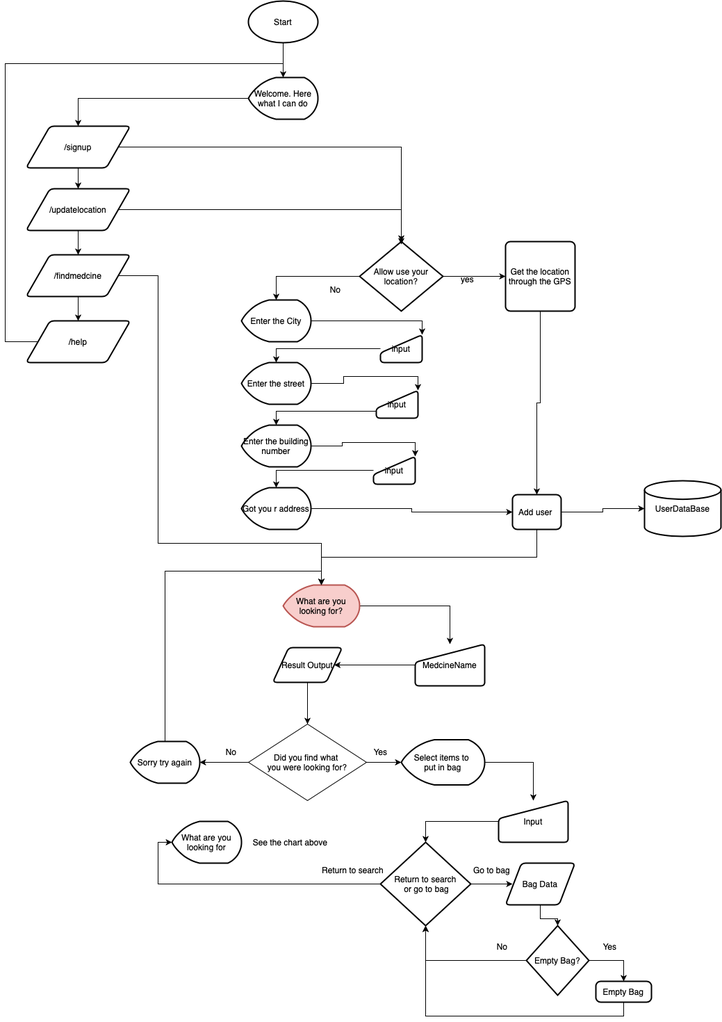
Above: docs/BotChartFlow.png in Cactus-CoTeam/Bot (draw.io), before the change. Source tidied: cells renumbered, new cells last; positions are measured from the earlier drawing's top-left corner, leaving out a move shared by most shapes.
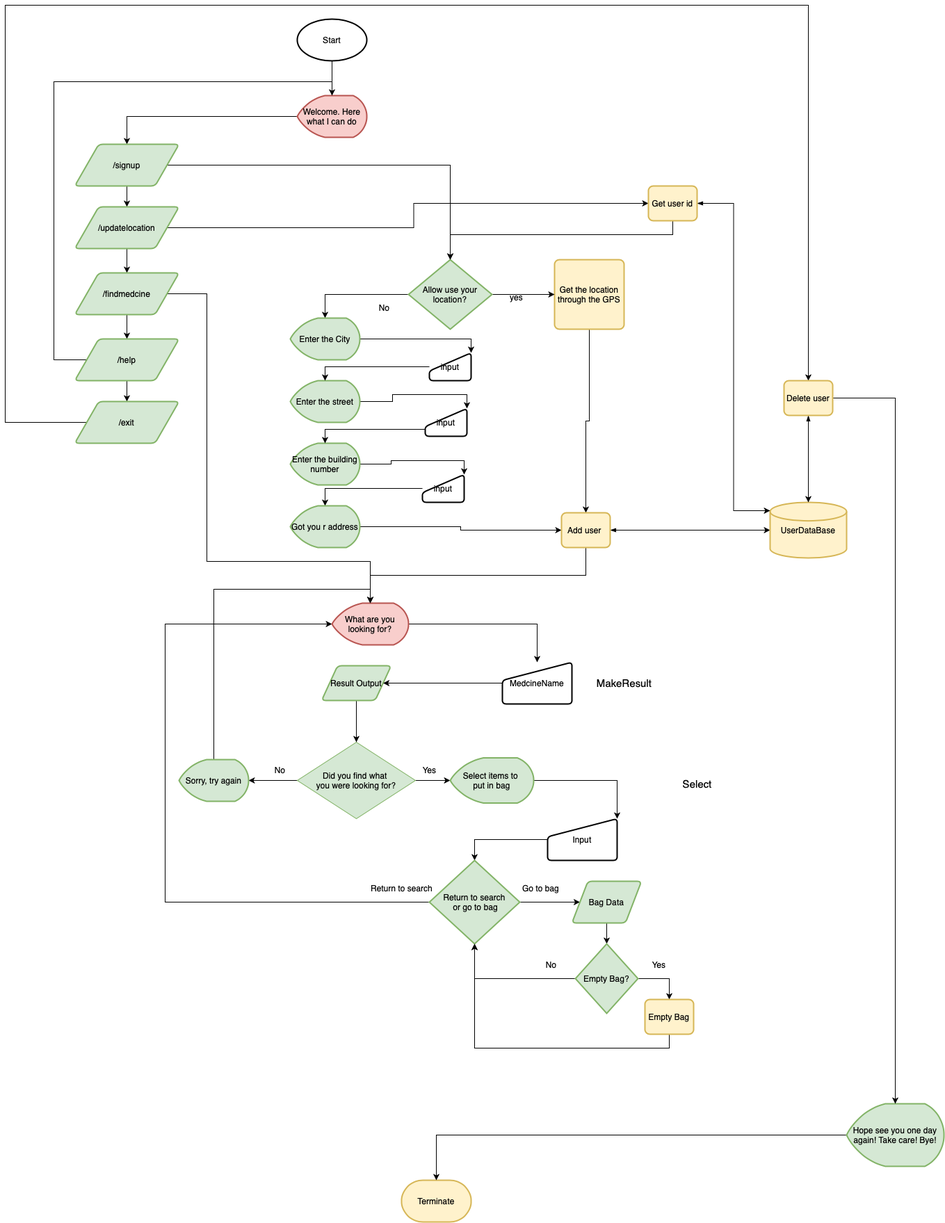
The same diagram one commit later.

Change to the diagram source:
```diff
@@ -10,3 +10,3 @@
     </mxCell>
-    <mxCell id="4" value="Did you find what &lt;br&gt;you were looking for?" style="rhombus;whiteSpace=wrap;html=1;" parent="1" vertex="1">
+    <mxCell id="4" value="Did you find what &lt;br&gt;you were looking for?" style="rhombus;whiteSpace=wrap;html=1;fillColor=#d5e8d4;strokeColor=#82b366;" parent="1" vertex="1">
       <mxGeometry x="350" y="1040" width="170" height="110" as="geometry" />
@@ -17,5 +17,9 @@
     <mxCell id="6" style="edgeStyle=orthogonalEdgeStyle;rounded=0;jettySize=auto;html=1;" parent="1" edge="1" source="7" target="9">
-      <mxGeometry relative="1" as="geometry" />
+      <mxGeometry relative="1" as="geometry">
+        <Array as="points">
+          <mxPoint x="810" y="1095" />
+        </Array>
+      </mxGeometry>
     </mxCell>
-    <mxCell id="7" value="Select items to &lt;br&gt;put in bag" style="strokeWidth=2;html=1;shape=mxgraph.flowchart.display;whiteSpace=wrap;" parent="1" vertex="1">
+    <mxCell id="7" value="Select items to &lt;br&gt;put in bag" style="strokeWidth=2;html=1;shape=mxgraph.flowchart.display;whiteSpace=wrap;fillColor=#d5e8d4;strokeColor=#82b366;" parent="1" vertex="1">
       <mxGeometry x="570" y="1062.5" width="120" height="65" as="geometry" />
@@ -31,11 +35,14 @@
     </mxCell>
-    <mxCell id="11" style="edgeStyle=orthogonalEdgeStyle;rounded=0;jettySize=auto;html=1;entryX=0;entryY=0.5;entryDx=0;entryDy=0;entryPerimeter=0;" parent="1" edge="1" source="13" target="16">
-      <mxGeometry relative="1" as="geometry" />
-    </mxCell>
-    <mxCell id="12" style="edgeStyle=orthogonalEdgeStyle;rounded=0;jettySize=auto;html=1;" parent="1" edge="1" source="13">
-      <mxGeometry relative="1" as="geometry">
-        <mxPoint x="730" y="1270" as="targetPoint" />
-      </mxGeometry>
-    </mxCell>
+    <mxCell id="75" style="edgeStyle=orthogonalEdgeStyle;rounded=0;jettySize=auto;html=1;entryX=0;entryY=0.5;entryDx=0;entryDy=0;entryPerimeter=0;startArrow=none;startFill=0;endArrow=classic;endFill=1;" parent="1" edge="1" source="13" target="32">
+      <mxGeometry relative="1" as="geometry">
+        <Array as="points">
+          <mxPoint x="160" y="1270" />
+          <mxPoint x="160" y="870" />
+        </Array>
+      </mxGeometry>
+    </mxCell>
+    <mxCell id="76" style="edgeStyle=orthogonalEdgeStyle;rounded=0;jettySize=auto;html=1;startArrow=none;startFill=0;endArrow=classic;endFill=1;" parent="1" edge="1" source="13" target="19">
+      <mxGeometry relative="1" as="geometry" />
+    </mxCell>
-    <mxCell id="13" value="Return to search&lt;br&gt;&amp;nbsp;or go to bag" style="strokeWidth=2;html=1;shape=mxgraph.flowchart.decision;whiteSpace=wrap;" parent="1" vertex="1">
+    <mxCell id="13" value="Return to search&lt;br&gt;&amp;nbsp;or go to bag" style="strokeWidth=2;html=1;shape=mxgraph.flowchart.decision;whiteSpace=wrap;fillColor=#d5e8d4;strokeColor=#82b366;" parent="1" vertex="1">
       <mxGeometry x="540" y="1210" width="130" height="120" as="geometry" />
@@ -48,8 +55,2 @@
     </mxCell>
-    <mxCell id="16" value="What are you looking for" style="strokeWidth=2;html=1;shape=mxgraph.flowchart.display;whiteSpace=wrap;" parent="1" vertex="1">
-      <mxGeometry x="240" y="1180" width="100" height="60" as="geometry" />
-    </mxCell>
-    <mxCell id="17" value="See the chart above" style="text;html=1;align=center;verticalAlign=middle;" parent="1" vertex="1">
-      <mxGeometry x="350" y="1200" width="120" height="20" as="geometry" />
-    </mxCell>
     <mxCell id="18" style="edgeStyle=orthogonalEdgeStyle;rounded=0;jettySize=auto;html=1;entryX=0.5;entryY=0;entryDx=0;entryDy=0;entryPerimeter=0;" parent="1" edge="1" source="19" target="22">
@@ -57,4 +58,4 @@
     </mxCell>
-    <mxCell id="19" value="Bag Data" style="shape=parallelogram;html=1;strokeWidth=2;perimeter=parallelogramPerimeter;whiteSpace=wrap;rounded=1;arcSize=12;size=0.23;" parent="1" vertex="1">
-      <mxGeometry x="720" y="1240" width="100" height="60" as="geometry" />
+    <mxCell id="19" value="Bag Data" style="shape=parallelogram;html=1;strokeWidth=2;perimeter=parallelogramPerimeter;whiteSpace=wrap;rounded=1;arcSize=12;size=0.23;fillColor=#d5e8d4;strokeColor=#82b366;" parent="1" vertex="1">
+      <mxGeometry x="745" y="1240" width="100" height="60" as="geometry" />
     </mxCell>
@@ -66,3 +67,3 @@
     </mxCell>
-    <mxCell id="22" value="Empty Bag?" style="strokeWidth=2;html=1;shape=mxgraph.flowchart.decision;whiteSpace=wrap;" parent="1" vertex="1">
+    <mxCell id="22" value="Empty Bag?" style="strokeWidth=2;html=1;shape=mxgraph.flowchart.decision;whiteSpace=wrap;fillColor=#d5e8d4;strokeColor=#82b366;" parent="1" vertex="1">
       <mxGeometry x="750" y="1330" width="90" height="100" as="geometry" />
@@ -75,4 +76,4 @@
     </mxCell>
-    <mxCell id="25" value="Empty Bag" style="rounded=1;whiteSpace=wrap;html=1;absoluteArcSize=1;arcSize=14;strokeWidth=2;" parent="1" vertex="1">
-      <mxGeometry x="850" y="1410" width="80" height="30" as="geometry" />
+    <mxCell id="25" value="Empty Bag" style="rounded=1;whiteSpace=wrap;html=1;absoluteArcSize=1;arcSize=14;strokeWidth=2;fillColor=#fff2cc;strokeColor=#d6b656;" parent="1" vertex="1">
+      <mxGeometry x="850" y="1410" width="70" height="50" as="geometry" />
     </mxCell>
@@ -84,3 +85,3 @@
     </mxCell>
-    <mxCell id="28" value="Result Output" style="shape=parallelogram;html=1;strokeWidth=2;perimeter=parallelogramPerimeter;whiteSpace=wrap;rounded=1;arcSize=12;size=0.23;" parent="1" vertex="1">
+    <mxCell id="28" value="Result Output" style="shape=parallelogram;html=1;strokeWidth=2;perimeter=parallelogramPerimeter;whiteSpace=wrap;rounded=1;arcSize=12;size=0.23;fillColor=#d5e8d4;strokeColor=#82b366;" parent="1" vertex="1">
       <mxGeometry x="385" y="930" width="100" height="50" as="geometry" />
@@ -91,3 +92,3 @@
     <mxCell id="30" value="MedcineName" style="html=1;strokeWidth=2;shape=manualInput;whiteSpace=wrap;rounded=1;size=26;arcSize=11;" parent="1" vertex="1">
-      <mxGeometry x="590" y="925" width="100" height="60" as="geometry" />
+      <mxGeometry x="645" y="925" width="100" height="60" as="geometry" />
     </mxCell>
@@ -102,3 +103,3 @@
     </mxCell>
-    <mxCell id="34" value="Get the location through the GPS" style="rounded=1;whiteSpace=wrap;html=1;absoluteArcSize=1;arcSize=14;strokeWidth=2;" parent="1" vertex="1">
+    <mxCell id="34" value="Get the location through the GPS" style="rounded=1;whiteSpace=wrap;html=1;absoluteArcSize=1;arcSize=14;strokeWidth=2;fillColor=#fff2cc;strokeColor=#d6b656;" parent="1" vertex="1">
       <mxGeometry x="720" y="346" width="100" height="100" as="geometry" />
@@ -111,3 +112,3 @@
     </mxCell>
-    <mxCell id="37" value="Allow use your location?" style="strokeWidth=2;html=1;shape=mxgraph.flowchart.decision;whiteSpace=wrap;" parent="1" vertex="1">
+    <mxCell id="37" value="Allow use your location?" style="strokeWidth=2;html=1;shape=mxgraph.flowchart.decision;whiteSpace=wrap;fillColor=#d5e8d4;strokeColor=#82b366;" parent="1" vertex="1">
       <mxGeometry x="510" y="346" width="120" height="100" as="geometry" />
@@ -120,3 +121,3 @@
     </mxCell>
-    <mxCell id="40" value="Enter the City" style="strokeWidth=2;html=1;shape=mxgraph.flowchart.display;whiteSpace=wrap;" parent="1" vertex="1">
+    <mxCell id="40" value="Enter the City" style="strokeWidth=2;html=1;shape=mxgraph.flowchart.display;whiteSpace=wrap;fillColor=#d5e8d4;strokeColor=#82b366;" parent="1" vertex="1">
       <mxGeometry x="340" y="430" width="100" height="60" as="geometry" />
@@ -126,3 +127,3 @@
     </mxCell>
-    <mxCell id="42" value="Enter the street" style="strokeWidth=2;html=1;shape=mxgraph.flowchart.display;whiteSpace=wrap;" parent="1" vertex="1">
+    <mxCell id="42" value="Enter the street" style="strokeWidth=2;html=1;shape=mxgraph.flowchart.display;whiteSpace=wrap;fillColor=#d5e8d4;strokeColor=#82b366;" parent="1" vertex="1">
       <mxGeometry x="340" y="520" width="100" height="60" as="geometry" />
@@ -132,3 +133,3 @@
     </mxCell>
-    <mxCell id="44" value="Enter the building number" style="strokeWidth=2;html=1;shape=mxgraph.flowchart.display;whiteSpace=wrap;" parent="1" vertex="1">
+    <mxCell id="44" value="Enter the building number" style="strokeWidth=2;html=1;shape=mxgraph.flowchart.display;whiteSpace=wrap;fillColor=#d5e8d4;strokeColor=#82b366;" parent="1" vertex="1">
       <mxGeometry x="340" y="610" width="100" height="60" as="geometry" />
@@ -159,6 +160,6 @@
     </mxCell>
-    <mxCell id="53" value="Got you r address" style="strokeWidth=2;html=1;shape=mxgraph.flowchart.display;whiteSpace=wrap;" parent="1" vertex="1">
+    <mxCell id="53" value="Got you r address" style="strokeWidth=2;html=1;shape=mxgraph.flowchart.display;whiteSpace=wrap;fillColor=#d5e8d4;strokeColor=#82b366;" parent="1" vertex="1">
       <mxGeometry x="340" y="700" width="100" height="60" as="geometry" />
     </mxCell>
-    <mxCell id="54" style="edgeStyle=orthogonalEdgeStyle;rounded=0;jettySize=auto;html=1;entryX=0;entryY=0.5;entryDx=0;entryDy=0;entryPerimeter=0;" parent="1" edge="1" source="56" target="57">
+    <mxCell id="54" style="edgeStyle=orthogonalEdgeStyle;rounded=0;jettySize=auto;html=1;entryX=0;entryY=0.5;entryDx=0;entryDy=0;entryPerimeter=0;startArrow=blockThin;startFill=1;" parent="1" edge="1" source="56" target="57">
       <mxGeometry relative="1" as="geometry" />
@@ -168,7 +169,7 @@
     </mxCell>
-    <mxCell id="56" value="Add user&amp;nbsp;" style="rounded=1;whiteSpace=wrap;html=1;absoluteArcSize=1;arcSize=14;strokeWidth=2;" parent="1" vertex="1">
+    <mxCell id="56" value="Add user&amp;nbsp;" style="rounded=1;whiteSpace=wrap;html=1;absoluteArcSize=1;arcSize=14;strokeWidth=2;fillColor=#fff2cc;strokeColor=#d6b656;" parent="1" vertex="1">
       <mxGeometry x="730" y="710" width="70" height="50" as="geometry" />
     </mxCell>
-    <mxCell id="57" value="UserDataBase" style="strokeWidth=2;html=1;shape=mxgraph.flowchart.database;whiteSpace=wrap;" parent="1" vertex="1">
-      <mxGeometry x="920" y="690" width="110" height="80" as="geometry" />
+    <mxCell id="57" value="UserDataBase" style="strokeWidth=2;html=1;shape=mxgraph.flowchart.database;whiteSpace=wrap;fillColor=#fff2cc;strokeColor=#d6b656;" parent="1" vertex="1">
+      <mxGeometry x="1030" y="695" width="110" height="80" as="geometry" />
     </mxCell>
@@ -182,3 +183,3 @@
     </mxCell>
-    <mxCell id="59" value="Sorry try again" style="strokeWidth=2;html=1;shape=mxgraph.flowchart.display;whiteSpace=wrap;" parent="1" vertex="1">
+    <mxCell id="59" value="Sorry, try again" style="strokeWidth=2;html=1;shape=mxgraph.flowchart.display;whiteSpace=wrap;fillColor=#d5e8d4;strokeColor=#82b366;" parent="1" vertex="1">
       <mxGeometry x="180" y="1065" width="100" height="60" as="geometry" />
@@ -196,3 +197,3 @@
     </mxCell>
-    <mxCell id="63" value="Welcome. Here what I can do" style="strokeWidth=2;html=1;shape=mxgraph.flowchart.display;whiteSpace=wrap;" parent="1" vertex="1">
+    <mxCell id="63" value="Welcome. Here what I can do" style="strokeWidth=2;html=1;shape=mxgraph.flowchart.display;whiteSpace=wrap;fillColor=#f8cecc;strokeColor=#b85450;" parent="1" vertex="1">
       <mxGeometry x="350" y="110" width="100" height="60" as="geometry" />
@@ -205,3 +206,3 @@
     </mxCell>
-    <mxCell id="66" value="/signup" style="shape=parallelogram;html=1;strokeWidth=2;perimeter=parallelogramPerimeter;whiteSpace=wrap;rounded=1;arcSize=12;size=0.23;" parent="1" vertex="1">
+    <mxCell id="66" value="/signup" style="shape=parallelogram;html=1;strokeWidth=2;perimeter=parallelogramPerimeter;whiteSpace=wrap;rounded=1;arcSize=12;size=0.23;fillColor=#d5e8d4;strokeColor=#82b366;" parent="1" vertex="1">
       <mxGeometry x="30" y="180" width="150" height="60" as="geometry" />
@@ -211,8 +212,6 @@
     </mxCell>
-    <mxCell id="68" style="edgeStyle=orthogonalEdgeStyle;rounded=0;jettySize=auto;html=1;exitX=1;exitY=0.5;exitDx=0;exitDy=0;" parent="1" edge="1" source="69">
-      <mxGeometry relative="1" as="geometry">
-        <mxPoint x="570" y="350" as="targetPoint" />
-      </mxGeometry>
-    </mxCell>
+    <mxCell id="77" style="edgeStyle=orthogonalEdgeStyle;rounded=0;jettySize=auto;html=1;entryX=0;entryY=0.5;entryDx=0;entryDy=0;" parent="1" edge="1" source="69" target="89">
+      <mxGeometry relative="1" as="geometry" />
+    </mxCell>
-    <mxCell id="69" value="/updatelocation" style="shape=parallelogram;html=1;strokeWidth=2;perimeter=parallelogramPerimeter;whiteSpace=wrap;rounded=1;arcSize=12;size=0.23;" parent="1" vertex="1">
+    <mxCell id="69" value="/updatelocation" style="shape=parallelogram;html=1;strokeWidth=2;perimeter=parallelogramPerimeter;whiteSpace=wrap;rounded=1;arcSize=12;size=0.23;fillColor=#d5e8d4;strokeColor=#82b366;" parent="1" vertex="1">
       <mxGeometry x="30" y="270" width="150" height="60" as="geometry" />
@@ -231,3 +230,3 @@
     </mxCell>
-    <mxCell id="72" value="/findmedcine" style="shape=parallelogram;html=1;strokeWidth=2;perimeter=parallelogramPerimeter;whiteSpace=wrap;rounded=1;arcSize=12;size=0.23;" parent="1" vertex="1">
+    <mxCell id="72" value="/findmedcine" style="shape=parallelogram;html=1;strokeWidth=2;perimeter=parallelogramPerimeter;whiteSpace=wrap;rounded=1;arcSize=12;size=0.23;fillColor=#d5e8d4;strokeColor=#82b366;" parent="1" vertex="1">
       <mxGeometry x="30" y="365" width="150" height="60" as="geometry" />
@@ -243,5 +242,58 @@
     </mxCell>
+    <mxCell id="78" style="edgeStyle=orthogonalEdgeStyle;rounded=0;jettySize=auto;html=1;" parent="1" edge="1" source="74" target="80">
+      <mxGeometry relative="1" as="geometry" />
+    </mxCell>
-    <mxCell id="74" value="/help" style="shape=parallelogram;html=1;strokeWidth=2;perimeter=parallelogramPerimeter;whiteSpace=wrap;rounded=1;arcSize=12;size=0.23;" parent="1" vertex="1">
+    <mxCell id="74" value="/help" style="shape=parallelogram;html=1;strokeWidth=2;perimeter=parallelogramPerimeter;whiteSpace=wrap;rounded=1;arcSize=12;size=0.23;fillColor=#d5e8d4;strokeColor=#82b366;" parent="1" vertex="1">
       <mxGeometry x="30" y="460" width="150" height="60" as="geometry" />
     </mxCell>
+    <mxCell id="79" style="edgeStyle=orthogonalEdgeStyle;rounded=0;jettySize=auto;html=1;entryX=0.5;entryY=0;entryDx=0;entryDy=0;" parent="1" edge="1" source="80" target="86">
+      <mxGeometry relative="1" as="geometry">
+        <Array as="points">
+          <mxPoint x="-70" y="580" />
+          <mxPoint x="-70" y="-20" />
+          <mxPoint x="1085" y="-20" />
+        </Array>
+      </mxGeometry>
+    </mxCell>
+    <mxCell id="80" value="/exit" style="shape=parallelogram;html=1;strokeWidth=2;perimeter=parallelogramPerimeter;whiteSpace=wrap;rounded=1;arcSize=12;size=0.23;fillColor=#d5e8d4;strokeColor=#82b366;" parent="1" vertex="1">
+      <mxGeometry x="30" y="550" width="150" height="60" as="geometry" />
+    </mxCell>
+    <mxCell id="81" value="Terminate" style="strokeWidth=2;html=1;shape=mxgraph.flowchart.terminator;whiteSpace=wrap;fillColor=#fff2cc;strokeColor=#d6b656;" parent="1" vertex="1">
+      <mxGeometry x="500" y="1670" width="100" height="60" as="geometry" />
+    </mxCell>
+    <mxCell id="82" style="edgeStyle=orthogonalEdgeStyle;rounded=0;jettySize=auto;html=1;" parent="1" edge="1" source="83" target="81">
+      <mxGeometry relative="1" as="geometry" />
+    </mxCell>
+    <mxCell id="83" value="Hope see you one day again! Take care!&amp;nbsp;Bye!" style="strokeWidth=2;html=1;shape=mxgraph.flowchart.display;whiteSpace=wrap;fillColor=#d5e8d4;strokeColor=#82b366;" parent="1" vertex="1">
+      <mxGeometry x="1140" y="1560" width="140" height="90" as="geometry" />
+    </mxCell>
+    <mxCell id="84" style="edgeStyle=orthogonalEdgeStyle;rounded=0;jettySize=auto;html=1;startArrow=blockThin;startFill=1;" parent="1" edge="1" source="86" target="57">
+      <mxGeometry relative="1" as="geometry" />
+    </mxCell>
+    <mxCell id="85" style="edgeStyle=orthogonalEdgeStyle;rounded=0;jettySize=auto;html=1;entryX=0.5;entryY=0;entryDx=0;entryDy=0;entryPerimeter=0;" parent="1" edge="1" source="86" target="83">
+      <mxGeometry relative="1" as="geometry" />
+    </mxCell>
+    <mxCell id="86" value="Delete user" style="rounded=1;whiteSpace=wrap;html=1;absoluteArcSize=1;arcSize=14;strokeWidth=2;fillColor=#fff2cc;strokeColor=#d6b656;" parent="1" vertex="1">
+      <mxGeometry x="1050" y="520" width="70" height="50" as="geometry" />
+    </mxCell>
+    <mxCell id="87" style="edgeStyle=orthogonalEdgeStyle;rounded=0;jettySize=auto;html=1;entryX=0;entryY=0.15;entryDx=0;entryDy=0;entryPerimeter=0;startArrow=blockThin;startFill=1;" parent="1" edge="1" source="89" target="57">
+      <mxGeometry relative="1" as="geometry" />
+    </mxCell>
+    <mxCell id="88" style="edgeStyle=orthogonalEdgeStyle;rounded=0;jettySize=auto;html=1;entryX=0.5;entryY=0;entryDx=0;entryDy=0;entryPerimeter=0;" parent="1" edge="1" source="89" target="37">
+      <mxGeometry relative="1" as="geometry">
+        <Array as="points">
+          <mxPoint x="890" y="310" />
+          <mxPoint x="570" y="310" />
+        </Array>
+      </mxGeometry>
+    </mxCell>
+    <mxCell id="89" value="Get user id" style="rounded=1;whiteSpace=wrap;html=1;absoluteArcSize=1;arcSize=14;strokeWidth=2;fillColor=#fff2cc;strokeColor=#d6b656;" parent="1" vertex="1">
+      <mxGeometry x="855" y="240" width="70" height="50" as="geometry" />
+    </mxCell>
+    <mxCell id="90" value="&lt;font style=&quot;font-size: 15px&quot;&gt;Select&lt;/font&gt;" style="text;html=1;align=center;verticalAlign=middle;" parent="1" vertex="1">
+      <mxGeometry x="895" y="1090" width="60" height="20" as="geometry" />
+    </mxCell>
+    <mxCell id="91" value="&lt;span style=&quot;font-size: 15px&quot;&gt;MakeResult&lt;br&gt;&lt;/span&gt;" style="text;html=1;align=center;verticalAlign=middle;" parent="1" vertex="1">
+      <mxGeometry x="775" y="945" width="90" height="20" as="geometry" />
+    </mxCell>
   </root>
```
